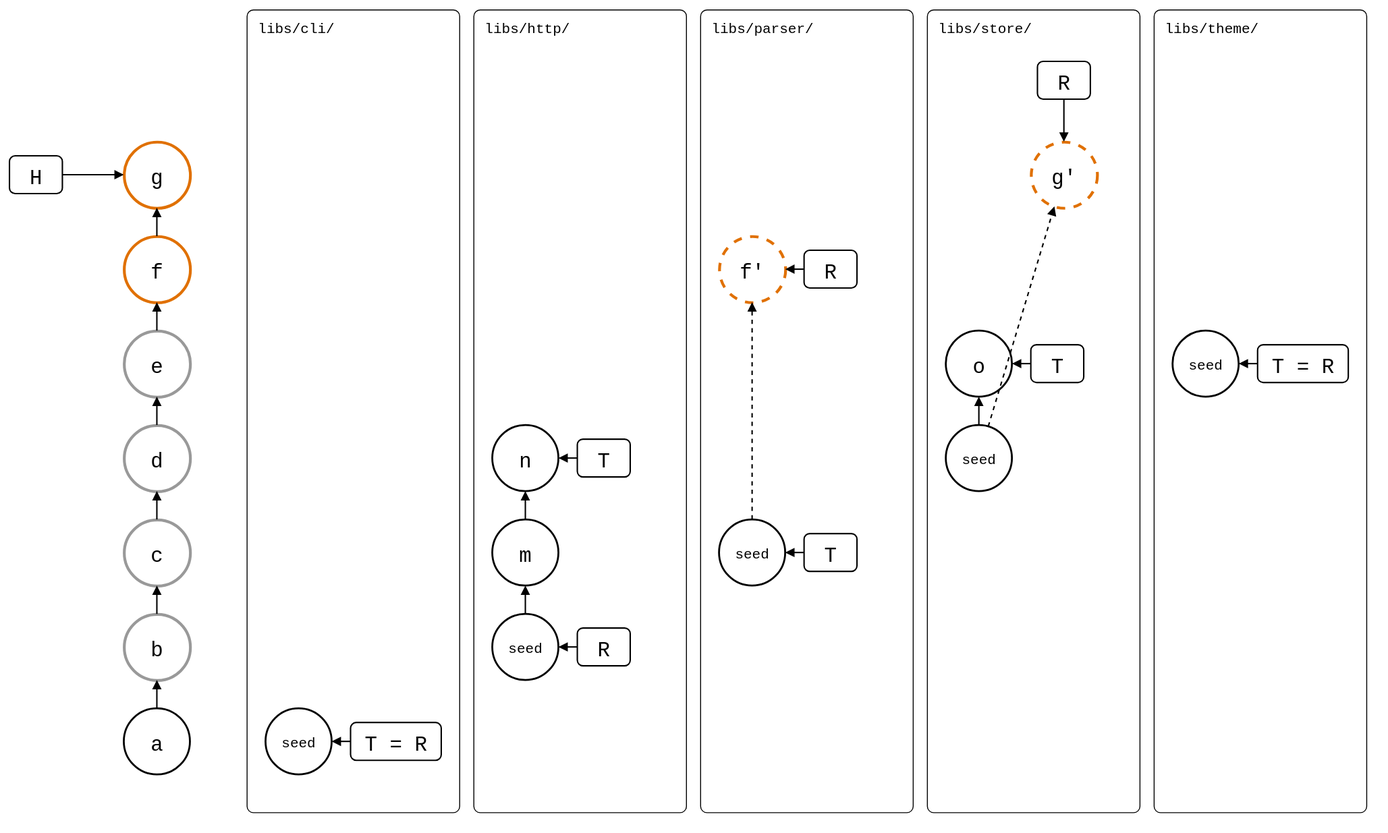
This is test/scenarios/01-everyday-sync/03-many-splices/many-splices.drawio.svg from roschaefer/git-splice, a draw.io export, as it was before one commit. Source tidied: cells renumbered, new cells last; positions are measured from the earlier drawing's top-left corner, leaving out a move shared by most shapes.
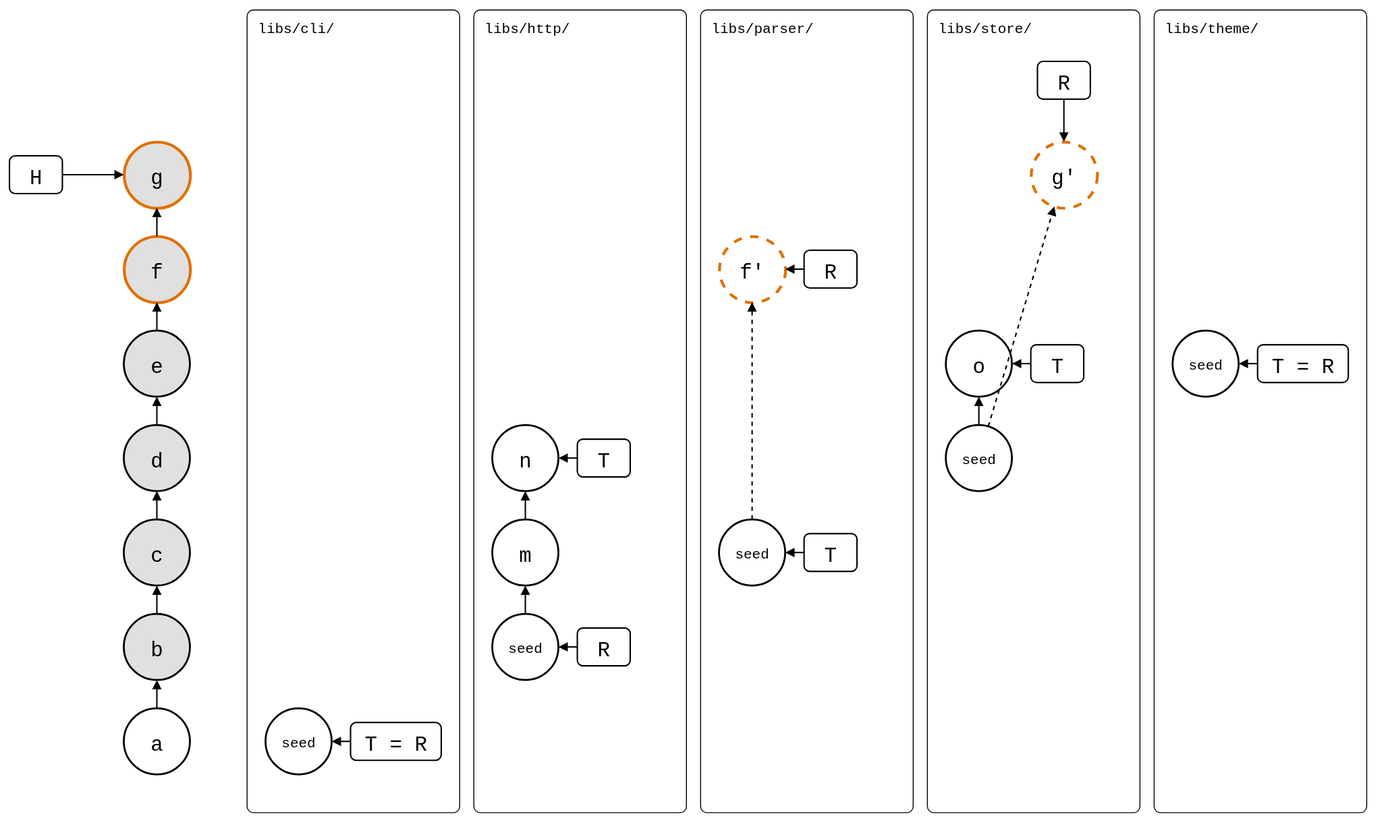
The same diagram one commit later.

Diff of the diagram source:
```diff
@@ -20,22 +20,22 @@
     <mxCell id="7" value="a" style="ellipse;strokeWidth=2;fontSize=22;fontFamily=Roboto Mono,monospace;" parent="1" vertex="1">
       <mxGeometry x="121" y="740" width="70" height="70" as="geometry" />
     </mxCell>
-    <mxCell id="8" value="b" style="ellipse;fontSize=22;fontFamily=Roboto Mono,monospace;strokeColor=#999999;strokeWidth=3;" parent="1" vertex="1">
+    <mxCell id="8" value="b" style="ellipse;fontSize=22;fontFamily=Roboto Mono,monospace;strokeWidth=2;fillColor=#E0E0E0;" parent="1" vertex="1">
       <mxGeometry x="121" y="640" width="70" height="70" as="geometry" />
     </mxCell>
-    <mxCell id="9" value="c" style="ellipse;fontSize=22;fontFamily=Roboto Mono,monospace;strokeColor=#999999;strokeWidth=3;" parent="1" vertex="1">
+    <mxCell id="9" value="c" style="ellipse;fontSize=22;fontFamily=Roboto Mono,monospace;strokeWidth=2;fillColor=#E0E0E0;" parent="1" vertex="1">
       <mxGeometry x="121" y="540" width="70" height="70" as="geometry" />
     </mxCell>
-    <mxCell id="10" value="d" style="ellipse;fontSize=22;fontFamily=Roboto Mono,monospace;strokeColor=#999999;strokeWidth=3;" parent="1" vertex="1">
+    <mxCell id="10" value="d" style="ellipse;fontSize=22;fontFamily=Roboto Mono,monospace;strokeWidth=2;fillColor=#E0E0E0;" parent="1" vertex="1">
       <mxGeometry x="121" y="440" width="70" height="70" as="geometry" />
     </mxCell>
-    <mxCell id="11" value="e" style="ellipse;fontSize=22;fontFamily=Roboto Mono,monospace;strokeColor=#999999;strokeWidth=3;" parent="1" vertex="1">
+    <mxCell id="11" value="e" style="ellipse;fontSize=22;fontFamily=Roboto Mono,monospace;strokeWidth=2;fillColor=#E0E0E0;" parent="1" vertex="1">
       <mxGeometry x="121" y="340" width="70" height="70" as="geometry" />
     </mxCell>
-    <mxCell id="12" value="f" style="ellipse;fontSize=22;fontFamily=Roboto Mono,monospace;strokeColor=#E07000;strokeWidth=3;" parent="1" vertex="1">
+    <mxCell id="12" value="f" style="ellipse;fontSize=22;fontFamily=Roboto Mono,monospace;fillColor=#E0E0E0;strokeColor=#E07000;strokeWidth=3;" parent="1" vertex="1">
       <mxGeometry x="121" y="240" width="70" height="70" as="geometry" />
     </mxCell>
-    <mxCell id="13" value="g" style="ellipse;fontSize=22;fontFamily=Roboto Mono,monospace;strokeColor=#E07000;strokeWidth=3;" parent="1" vertex="1">
+    <mxCell id="13" value="g" style="ellipse;fontSize=22;fontFamily=Roboto Mono,monospace;fillColor=#E0E0E0;strokeColor=#E07000;strokeWidth=3;" parent="1" vertex="1">
       <mxGeometry x="121" y="140" width="70" height="70" as="geometry" />
     </mxCell>
     <mxCell id="14" value="H" style="rounded=1;strokeWidth=1.5;fontSize=22;fontFamily=Roboto Mono,monospace;" parent="1" vertex="1">
```
